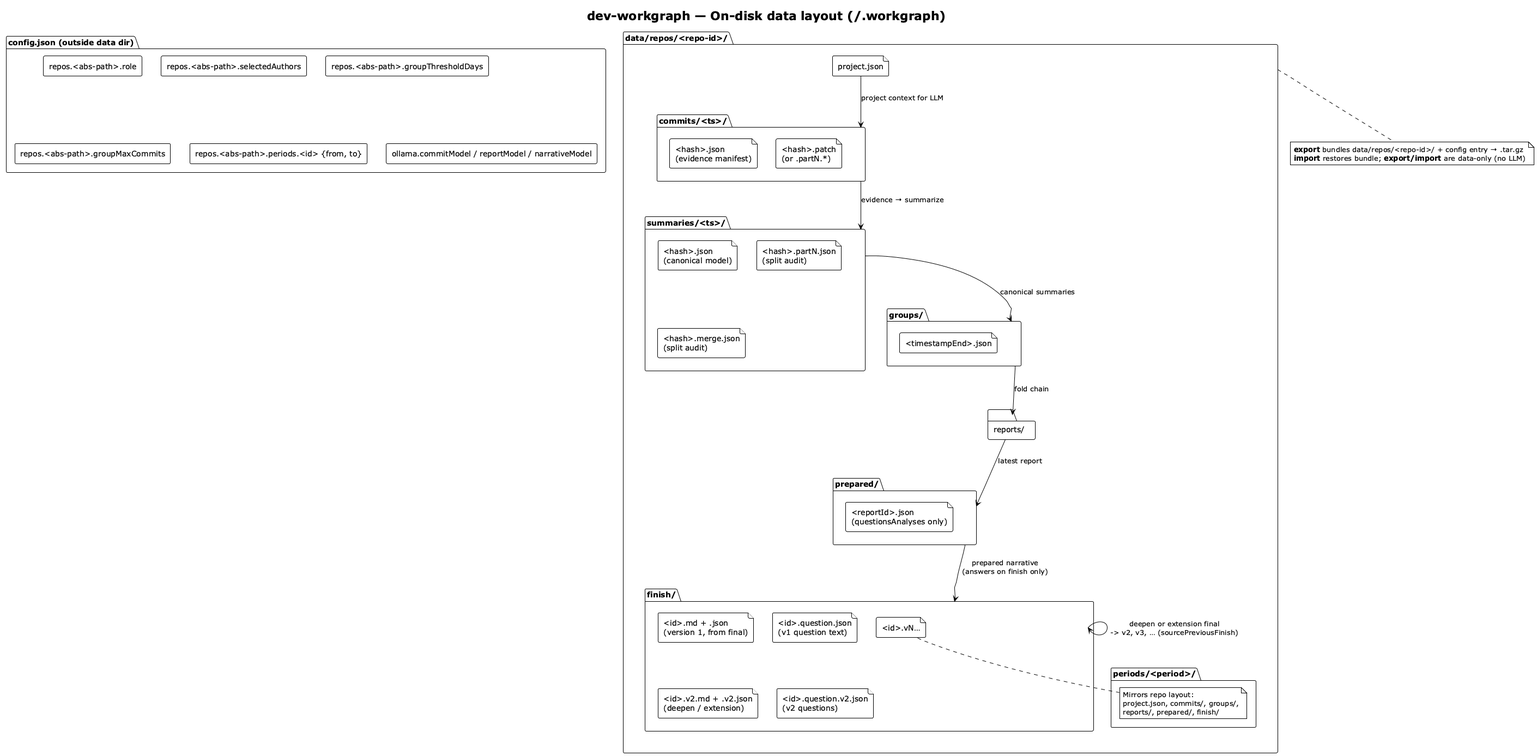
Before: img/dev-workgraph-data-layout.png, a diagram exported from PlantUML (vzakharchenko/dev-workgraph).
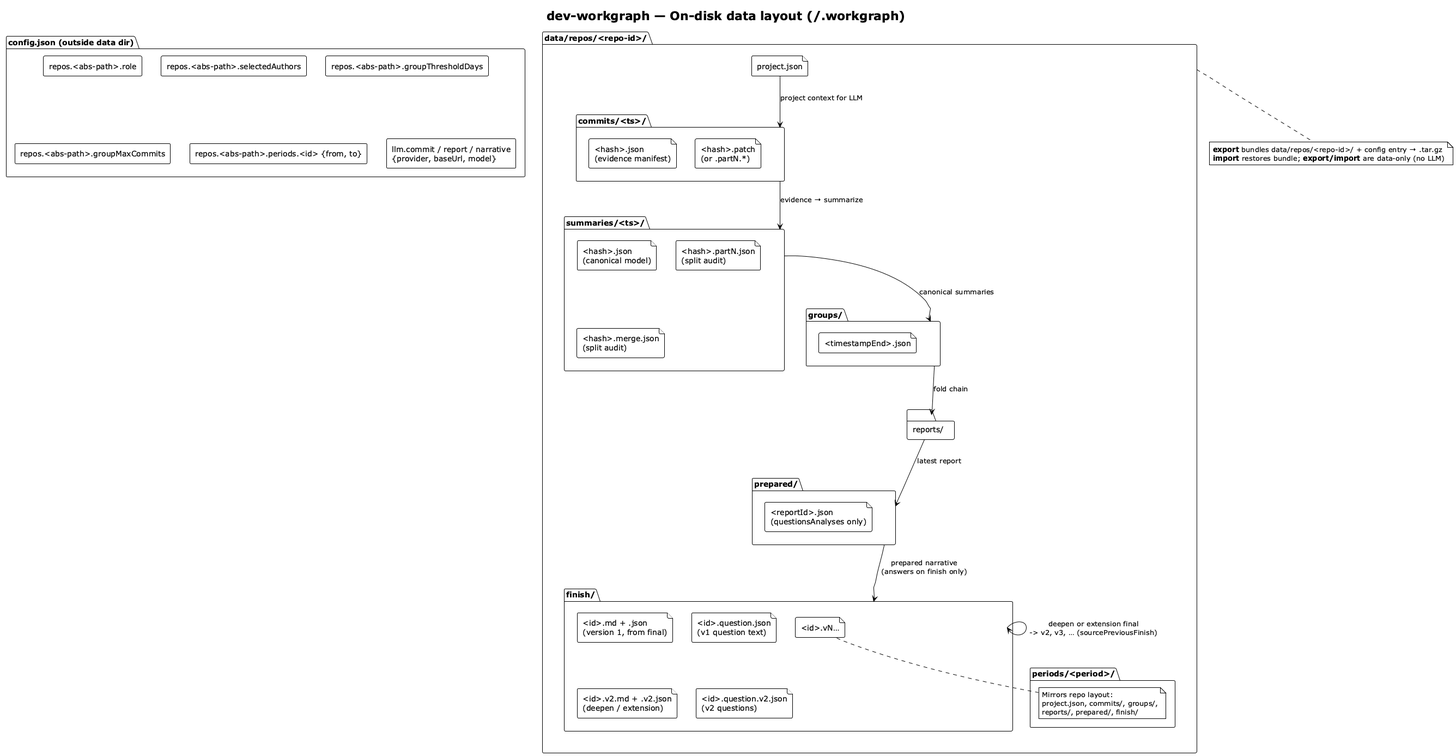
After the change.

The edit, as a diff of the source:
```diff
@@ -11,7 +11,7 @@
   [repos.<abs-path>.groupThresholdDays]
   [repos.<abs-path>.groupMaxCommits]
   [repos.<abs-path>.periods.<id> {from, to}]
-  [ollama.commitModel / reportModel / narrativeModel]
+  [llm.commit / report / narrative\n{provider, baseUrl, model}]
 }
 
 folder "data/repos/<repo-id>/" as REPO {
```
